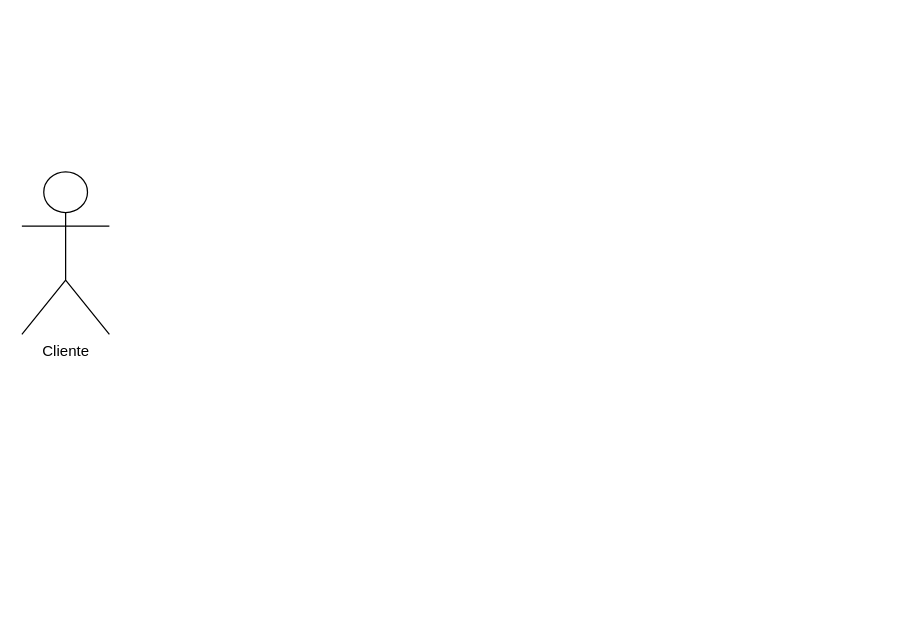
The draw.io diagram src/main/resources/static/uml_diagrama-caso-de-uso.drawio in herbertscbr/uninter.api-desenvolvimento-web-backend, before the edit. Source tidied: cells renumbered, new cells numbered last; positions are measured from the earlier drawing's top-left corner, leaving out a move shared by most shapes. Both pictures are drawn from the tidied source at 125%, with x=0, y=0 at pixel (21, 171).
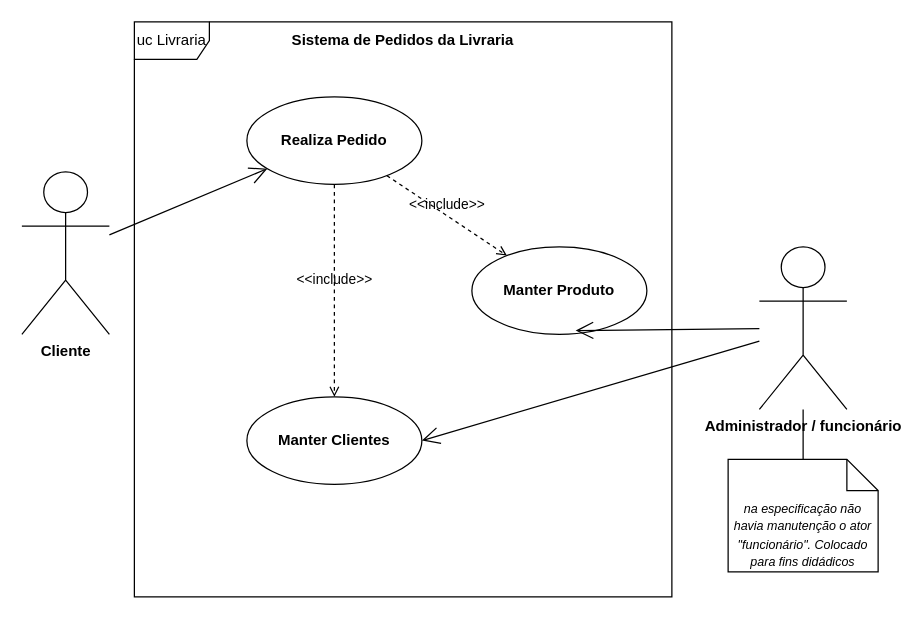
The same diagram, later.

What changed in the source:
```diff
@@
 <mxGraphModel>
   <root>
     <mxCell id="0" />
     <mxCell id="1" parent="0" />
-    <mxCell id="2" value="Cliente" style="shape=umlActor;verticalLabelPosition=bottom;verticalAlign=top;html=1;outlineConnect=0;" parent="1" vertex="1">
+    <mxCell id="2" value="Cliente" style="shape=umlActor;verticalLabelPosition=bottom;verticalAlign=top;html=1;outlineConnect=0;fontStyle=1;" parent="1" vertex="1">
       <mxGeometry width="70" height="130" as="geometry" />
     </mxCell>
+    <mxCell id="3" value="Realiza Pedido" style="ellipse;whiteSpace=wrap;html=1;fontStyle=1;" parent="1" vertex="1">
+      <mxGeometry x="180" y="-60" width="140" height="70" as="geometry" />
+    </mxCell>
+    <mxCell id="4" style="endArrow=open;endFill=1;endSize=12;html=1;rounded=0;" parent="1" edge="1" source="2" target="3">
+      <mxGeometry relative="1" as="geometry" />
+    </mxCell>
+    <mxCell id="5" value="Manter Produto" style="ellipse;whiteSpace=wrap;html=1;fontStyle=1;" parent="1" vertex="1">
+      <mxGeometry x="360" y="60" width="140" height="70" as="geometry" />
+    </mxCell>
+    <mxCell id="6" value="Administrador / funcionário" style="shape=umlActor;verticalLabelPosition=bottom;verticalAlign=top;html=1;outlineConnect=0;fontStyle=1;" parent="1" vertex="1">
+      <mxGeometry x="590" y="60" width="70" height="130" as="geometry" />
+    </mxCell>
+    <mxCell id="7" style="endArrow=open;endFill=1;endSize=12;html=1;rounded=0;entryX=0.593;entryY=0.957;entryDx=0;entryDy=0;entryPerimeter=0;" parent="1" edge="1" source="6" target="5">
+      <mxGeometry relative="1" as="geometry" />
+    </mxCell>
+    <mxCell id="8" value="&lt;div&gt;uc Livraria&lt;/div&gt;" style="shape=umlFrame;whiteSpace=wrap;html=1;" parent="1" vertex="1">
+      <mxGeometry x="90" y="-120" width="430" height="460" as="geometry" />
+    </mxCell>
+    <mxCell id="9" value="Manter Clientes" style="ellipse;whiteSpace=wrap;html=1;fontStyle=1;" parent="1" vertex="1">
+      <mxGeometry x="180" y="180" width="140" height="70" as="geometry" />
+    </mxCell>
+    <mxCell id="10" style="endArrow=open;endFill=1;endSize=12;html=1;rounded=0;entryX=1;entryY=0.5;entryDx=0;entryDy=0;" parent="1" edge="1" source="6" target="9">
+      <mxGeometry relative="1" as="geometry" />
+    </mxCell>
+    <mxCell id="11" value="Sistema de Pedidos da Livraria" style="text;html=1;whiteSpace=wrap;strokeColor=none;fillColor=none;align=center;verticalAlign=middle;rounded=0;fontStyle=1;strokeWidth=2;perimeterSpacing=1;" parent="1" vertex="1">
+      <mxGeometry x="175" y="-120" width="260" height="30" as="geometry" />
+    </mxCell>
+    <mxCell id="12" value="&lt;font style=&quot;font-size: 10px;&quot;&gt;&lt;i&gt;na especificação não havia manutenção o ator &quot;funcionário&quot;. Colocado para fins didádicos&lt;/i&gt;&lt;/font&gt;" style="shape=note2;boundedLbl=1;whiteSpace=wrap;html=1;size=25;verticalAlign=top;align=center;" parent="1" vertex="1">
+      <mxGeometry x="565" y="230" width="120" height="90" as="geometry" />
+    </mxCell>
+    <mxCell id="13" value="&amp;lt;&amp;lt;include&amp;gt;&amp;gt;" style="html=1;verticalAlign=bottom;labelBackgroundColor=none;endArrow=open;endFill=0;dashed=1;rounded=0;" parent="1" edge="1" source="3" target="9">
+      <mxGeometry relative="1" as="geometry" />
+    </mxCell>
+    <mxCell id="14" value="&amp;lt;&amp;lt;include&amp;gt;&amp;gt;" style="html=1;verticalAlign=bottom;labelBackgroundColor=none;endArrow=open;endFill=0;dashed=1;rounded=0;" parent="1" edge="1" source="3" target="5">
+      <mxGeometry relative="1" as="geometry" />
+    </mxCell>
+    <mxCell id="15" style="endArrow=none;startArrow=none;endFill=0;startFill=0;endSize=8;html=1;verticalAlign=bottom;labelBackgroundColor=none;strokeWidth=1;rounded=0;entryX=0.5;entryY=0;entryDx=0;entryDy=0;entryPerimeter=0;" parent="1" edge="1" source="6" target="12">
+      <mxGeometry relative="1" as="geometry" />
+    </mxCell>
   </root>
 </mxGraphModel>
```
